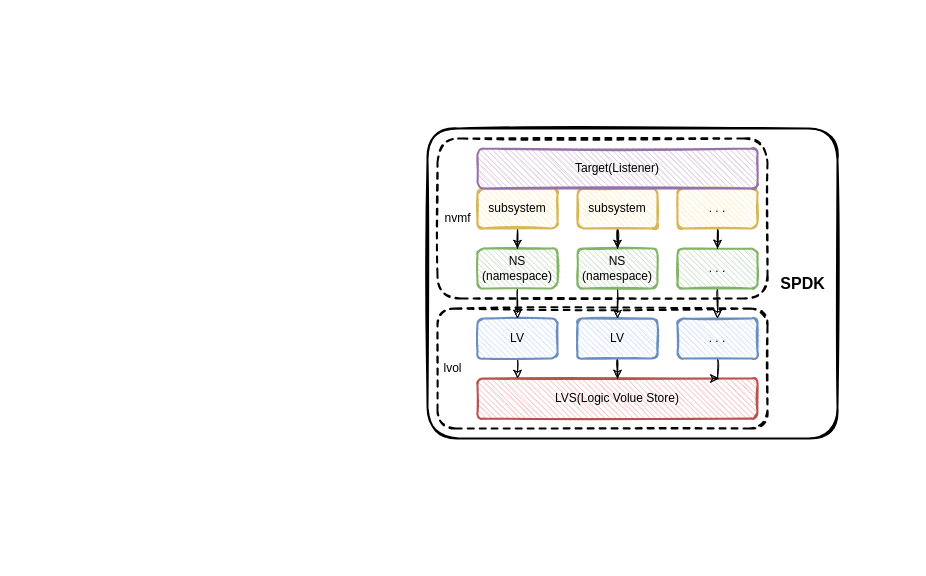
This is spdk/spdk_nvmf.drawio from EarthWind/deeparch, a draw.io file, before an edit. Source tidied: cells renumbered, new cells numbered last; positions are measured from the earlier drawing's top-left corner, leaving out a move shared by most shapes. Both pictures are drawn from the tidied source at 100%, with x=0, y=0 at pixel (427, 128). Pictures stored in the file or linked from it are replaced by grey dashed boxes.
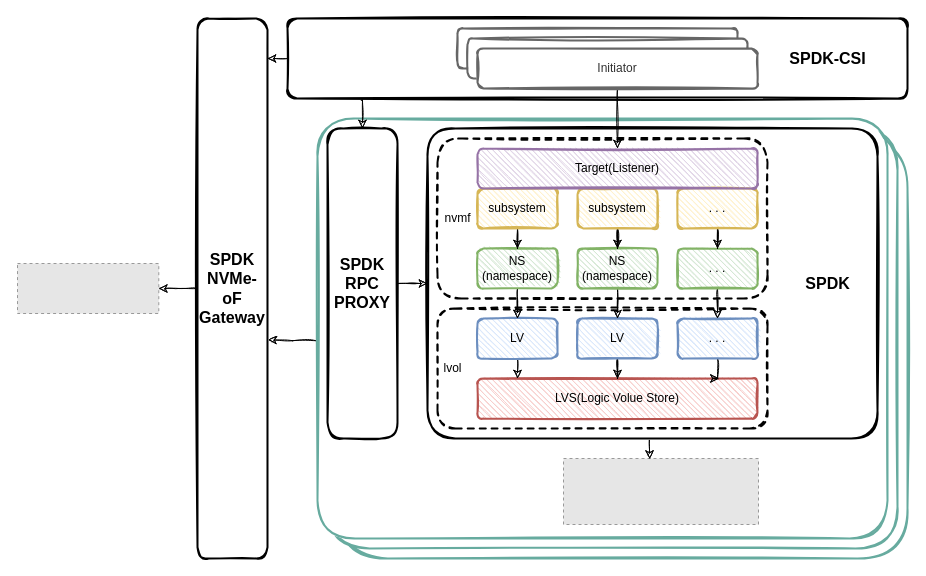
After the change.

The change refers to these unchanged cells:
```xml
<mxCell id="24" value="Target(Listener)" style="rounded=1;whiteSpace=wrap;html=1;strokeWidth=2;fillWeight=1;hachureGap=4;hachureAngle=45;sketch=1;fillColor=#e1d5e7;strokeColor=#9673a6;" parent="1" vertex="1">
  <mxGeometry x="50" y="20" width="280" height="40" as="geometry" />
</mxCell>
```

Change to the diagram source:
```diff
@@
+    <mxCell id="28" value="&lt;font style=&quot;font-size: 16px&quot;&gt;&lt;b&gt;&lt;br&gt;&lt;/b&gt;&lt;/font&gt;" style="rounded=1;whiteSpace=wrap;html=1;strokeWidth=2;fillWeight=1;hachureGap=4;hachureAngle=45;sketch=1;strokeColor=#67AB9F;arcSize=12;" parent="1" vertex="1">
+      <mxGeometry x="-90" y="10" width="570" height="420" as="geometry" />
+    </mxCell>
+    <mxCell id="29" value="&lt;font style=&quot;font-size: 16px&quot;&gt;&lt;b&gt;&lt;br&gt;&lt;/b&gt;&lt;/font&gt;" style="rounded=1;whiteSpace=wrap;html=1;strokeWidth=2;fillWeight=1;hachureGap=4;hachureAngle=45;sketch=1;strokeColor=#67AB9F;arcSize=10;" parent="1" vertex="1">
+      <mxGeometry x="-100" width="570" height="420" as="geometry" />
+    </mxCell>
+    <mxCell id="30" style="edgeStyle=orthogonalEdgeStyle;rounded=0;sketch=1;jettySize=auto;html=1;entryX=1.007;entryY=0.595;entryDx=0;entryDy=0;entryPerimeter=0;fontSize=16;strokeWidth=1;exitX=-0.003;exitY=0.529;exitDx=0;exitDy=0;exitPerimeter=0;" parent="1" edge="1" source="31" target="41">
+      <mxGeometry relative="1" as="geometry" />
+    </mxCell>
+    <mxCell id="31" value="&lt;font style=&quot;font-size: 16px&quot;&gt;&lt;b&gt;&lt;br&gt;&lt;/b&gt;&lt;/font&gt;" style="rounded=1;whiteSpace=wrap;html=1;strokeWidth=2;fillWeight=1;hachureGap=4;hachureAngle=45;sketch=1;strokeColor=#67AB9F;arcSize=9;" parent="1" vertex="1">
+      <mxGeometry x="-110" y="-10" width="570" height="420" as="geometry" />
+    </mxCell>
+    <mxCell id="32" style="edgeStyle=orthogonalEdgeStyle;rounded=0;sketch=1;jettySize=auto;html=1;entryX=1.004;entryY=0.091;entryDx=0;entryDy=0;entryPerimeter=0;fontSize=16;" parent="1" edge="1" source="34">
+      <mxGeometry relative="1" as="geometry">
+        <mxPoint x="-159.7" y="-70" as="targetPoint" />
+      </mxGeometry>
+    </mxCell>
+    <mxCell id="33" style="edgeStyle=orthogonalEdgeStyle;rounded=0;sketch=1;jettySize=auto;html=1;entryX=0.5;entryY=0;entryDx=0;entryDy=0;fontSize=16;exitX=0.119;exitY=1.021;exitDx=0;exitDy=0;exitPerimeter=0;" parent="1" edge="1" source="34" target="43">
+      <mxGeometry relative="1" as="geometry">
+        <Array as="points">
+          <mxPoint x="-65" y="-28" />
+        </Array>
+      </mxGeometry>
+    </mxCell>
+    <mxCell id="34" style="rounded=1;whiteSpace=wrap;html=1;strokeWidth=2;fillWeight=1;hachureGap=4;hachureAngle=45;sketch=1;strokeColor=#000000;arcSize=12;" parent="1" vertex="1">
+      <mxGeometry x="-140" y="-110" width="620" height="80" as="geometry" />
+    </mxCell>
+    <mxCell id="35" style="rounded=1;whiteSpace=wrap;html=1;strokeWidth=2;fillWeight=1;hachureGap=4;hachureAngle=45;sketch=1;fillColor=default;strokeColor=#666666;fontColor=#333333;" parent="1" vertex="1">
+      <mxGeometry x="30" y="-100" width="280" height="40" as="geometry" />
+    </mxCell>
-    <mxCell id="2" style="rounded=1;whiteSpace=wrap;html=1;strokeWidth=2;fillWeight=1;hachureGap=4;hachureAngle=45;sketch=1;strokeColor=#000000;arcSize=10;" parent="1" vertex="1">
-      <mxGeometry width="410" height="310" as="geometry" />
+    <mxCell id="2" style="rounded=1;whiteSpace=wrap;html=1;strokeWidth=2;fillWeight=1;hachureGap=4;hachureAngle=45;sketch=1;strokeColor=#000000;arcSize=9;" parent="1" vertex="1">
+      <mxGeometry width="450" height="310" as="geometry" />
     </mxCell>
@@
     <mxCell id="27" value="SPDK" style="text;html=1;align=center;verticalAlign=middle;strokeColor=none;fillColor=none;fontSize=16;fontStyle=1;" parent="1" vertex="1">
-      <mxGeometry x="345" y="145" width="60" height="20" as="geometry" />
+      <mxGeometry x="370" y="145" width="60" height="20" as="geometry" />
     </mxCell>
+    <mxCell id="36" style="rounded=1;whiteSpace=wrap;html=1;strokeWidth=2;fillWeight=1;hachureGap=4;hachureAngle=45;sketch=1;fillColor=default;strokeColor=#666666;fontColor=#333333;" parent="1" vertex="1">
+      <mxGeometry x="40" y="-90" width="280" height="40" as="geometry" />
+    </mxCell>
+    <mxCell id="37" style="edgeStyle=orthogonalEdgeStyle;rounded=0;sketch=1;jettySize=auto;html=1;entryX=0.5;entryY=0;entryDx=0;entryDy=0;fontSize=16;" parent="1" edge="1" source="38" target="24">
+      <mxGeometry relative="1" as="geometry" />
+    </mxCell>
+    <mxCell id="38" value="Initiator" style="rounded=1;whiteSpace=wrap;html=1;strokeWidth=2;fillWeight=1;hachureGap=4;hachureAngle=45;sketch=1;fillColor=default;strokeColor=#666666;fontColor=#333333;gradientColor=none;" parent="1" vertex="1">
+      <mxGeometry x="50" y="-80" width="280" height="40" as="geometry" />
+    </mxCell>
+    <mxCell id="39" value="SPDK-CSI" style="text;html=1;align=center;verticalAlign=middle;strokeColor=none;fillColor=none;fontSize=16;fontStyle=1;" parent="1" vertex="1">
+      <mxGeometry x="355" y="-80" width="90" height="20" as="geometry" />
+    </mxCell>
+    <mxCell id="40" style="edgeStyle=orthogonalEdgeStyle;rounded=0;sketch=1;jettySize=auto;html=1;fontSize=16;strokeWidth=1;" parent="1" edge="1" source="41" target="44">
+      <mxGeometry relative="1" as="geometry" />
+    </mxCell>
+    <mxCell id="41" value="&lt;font style=&quot;font-size: 16px&quot;&gt;&lt;b&gt;SPDK&lt;br&gt;NVMe-oF&lt;br&gt;Gateway&lt;/b&gt;&lt;/font&gt;" style="rounded=1;whiteSpace=wrap;html=1;strokeWidth=2;fillWeight=1;hachureGap=4;hachureAngle=45;sketch=1;strokeColor=#000000;arcSize=16;" parent="1" vertex="1">
+      <mxGeometry x="-230" y="-110" width="70" height="540" as="geometry" />
+    </mxCell>
+    <mxCell id="42" style="edgeStyle=orthogonalEdgeStyle;rounded=0;sketch=1;jettySize=auto;html=1;entryX=0;entryY=0.5;entryDx=0;entryDy=0;fontSize=16;" parent="1" edge="1" source="43" target="2">
+      <mxGeometry relative="1" as="geometry" />
+    </mxCell>
+    <mxCell id="43" value="&lt;font style=&quot;font-size: 16px&quot;&gt;&lt;b&gt;SPDK&lt;br&gt;RPC&lt;br&gt;PROXY&lt;br&gt;&lt;/b&gt;&lt;/font&gt;" style="rounded=1;whiteSpace=wrap;html=1;strokeWidth=2;fillWeight=1;hachureGap=4;hachureAngle=45;sketch=1;strokeColor=#000000;arcSize=23;" parent="1" vertex="1">
+      <mxGeometry x="-100" width="70" height="310" as="geometry" />
+    </mxCell>
+    <mxCell id="44" style="fillColor=#E6E6E6;strokeColor=#999999;dashed=1;verticalLabelPosition=bottom;labelBackgroundColor=#ffffff;verticalAlign=top;" parent="1" vertex="1">
+      <mxGeometry x="-410" y="135" width="141.3" height="50" as="geometry" />
+    </mxCell>
+    <mxCell id="45" style="fillColor=#E6E6E6;strokeColor=#999999;dashed=1;verticalLabelPosition=bottom;labelBackgroundColor=#ffffff;verticalAlign=top;" parent="1" vertex="1">
+      <mxGeometry x="136" y="330" width="195" height="66" as="geometry" />
+    </mxCell>
+    <mxCell id="46" style="endArrow=classic;html=1;rounded=0;sketch=1;fontSize=16;strokeWidth=1;exitX=0.493;exitY=1.006;exitDx=0;exitDy=0;exitPerimeter=0;entryX=0.442;entryY=0.008;entryDx=0;entryDy=0;entryPerimeter=0;" parent="1" edge="1" source="2" target="45">
+      <mxGeometry relative="1" as="geometry" />
+    </mxCell>
```
